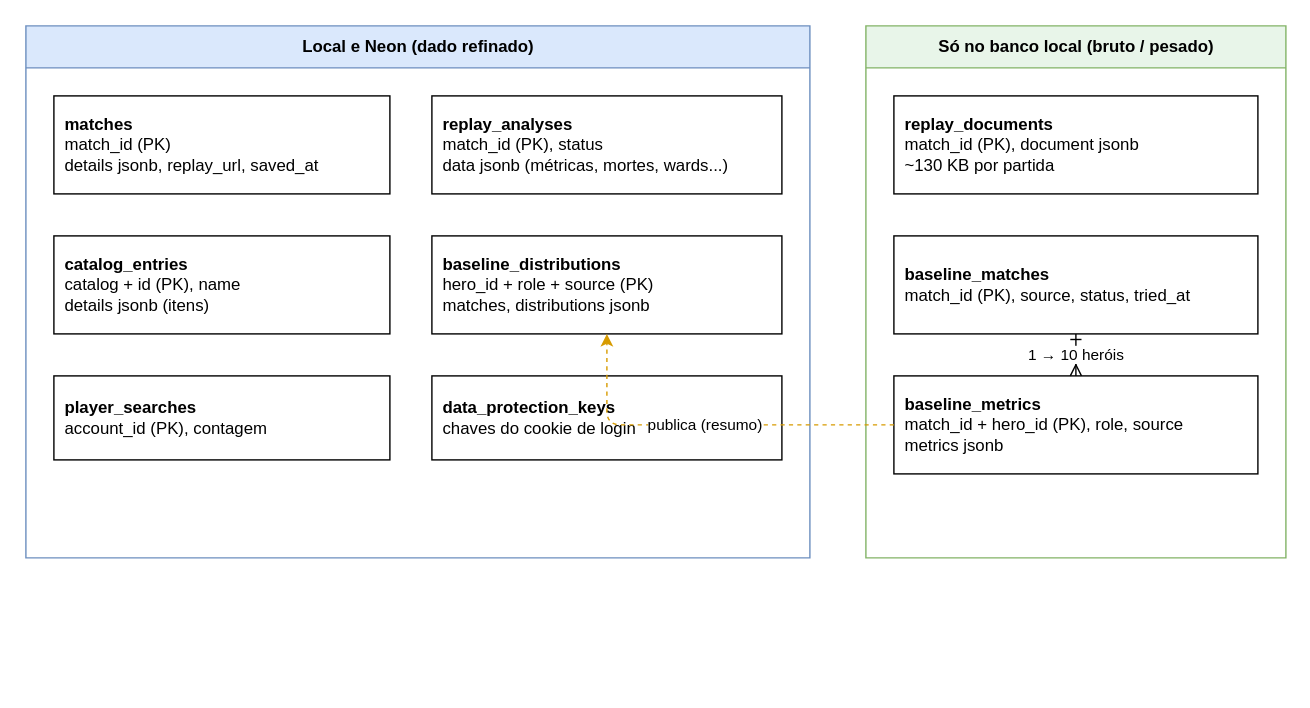
This is page "6. Banco de dados" (6 of 6) of docs/diagrams/dotaanalyst.drawio from andreomorg/dota_analyst, a draw.io file, before an edit. Source tidied: cells renumbered, new cells numbered last; positions are measured from the earlier drawing's top-left corner, leaving out a move shared by most shapes. Both pictures are drawn from the tidied source at 140%, with x=0, y=0 at pixel (25, 25).
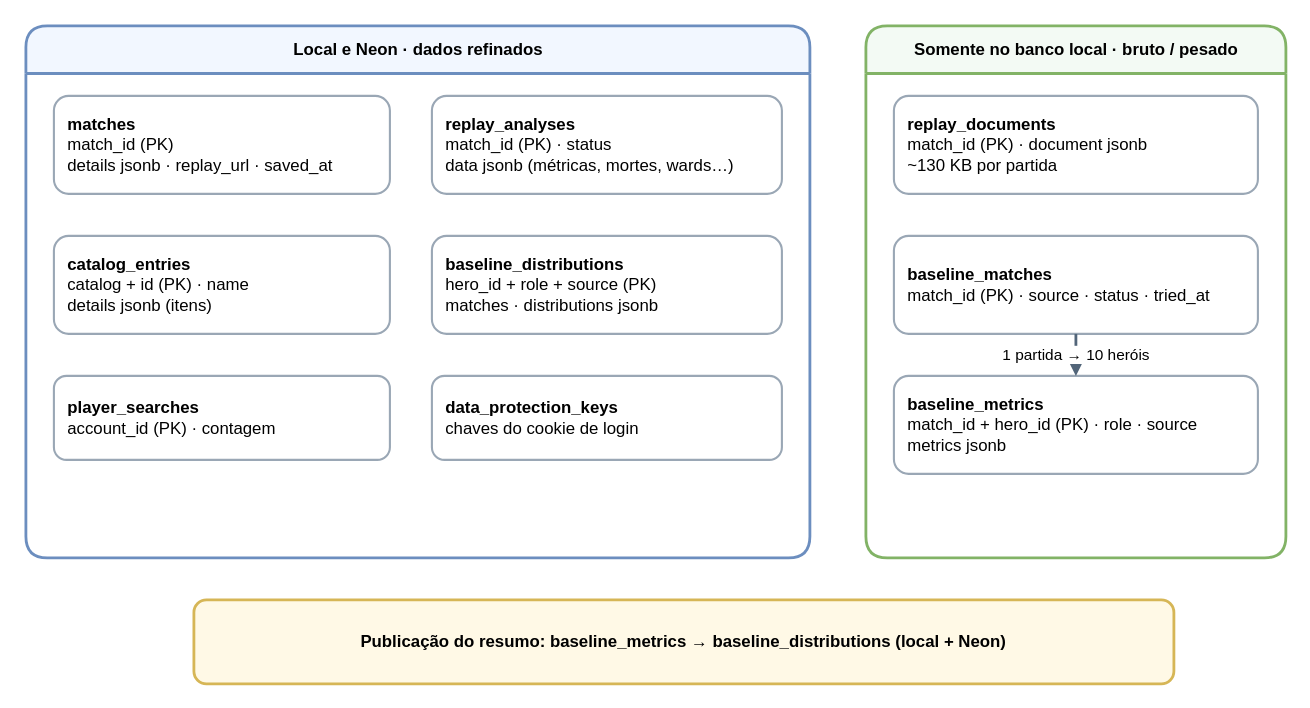
Above is the later version.

What changed in the source:
```diff
@@
 <mxGraphModel>
   <root>
     <mxCell id="0" />
     <mxCell id="1" parent="0" />
-    <mxCell id="2" value="Local e Neon (dado refinado)" style="swimlane;startSize=30;fillColor=#dae8fc;strokeColor=#6c8ebf;html=1;" parent="1" vertex="1">
+    <mxCell id="2" value="Local e Neon · dados refinados" style="swimlane;startSize=34;rounded=1;fillColor=#f2f7ff;strokeColor=#6c8ebf;strokeWidth=2;fontStyle=1;html=1;" parent="1" vertex="1">
       <mxGeometry width="560" height="380" as="geometry" />
     </mxCell>
-    <mxCell id="3" value="&lt;b&gt;matches&lt;/b&gt;&lt;br&gt;match_id (PK)&lt;br&gt;details jsonb, replay_url, saved_at" style="rounded=0;whiteSpace=wrap;html=1;align=left;spacingLeft=6;" parent="2" vertex="1">
+    <mxCell id="3" value="&lt;b&gt;matches&lt;/b&gt;&lt;br&gt;match_id (PK)&lt;br&gt;details jsonb · replay_url · saved_at" style="rounded=1;whiteSpace=wrap;html=1;align=left;spacingLeft=8;fillColor=#ffffff;strokeColor=#9aa7b5;strokeWidth=1.5;" parent="2" vertex="1">
       <mxGeometry x="20" y="50" width="240" height="70" as="geometry" />
     </mxCell>
-    <mxCell id="4" value="&lt;b&gt;replay_analyses&lt;/b&gt;&lt;br&gt;match_id (PK), status&lt;br&gt;data jsonb (métricas, mortes, wards...)" style="rounded=0;whiteSpace=wrap;html=1;align=left;spacingLeft=6;" parent="2" vertex="1">
+    <mxCell id="4" value="&lt;b&gt;replay_analyses&lt;/b&gt;&lt;br&gt;match_id (PK) · status&lt;br&gt;data jsonb (métricas, mortes, wards…)" style="rounded=1;whiteSpace=wrap;html=1;align=left;spacingLeft=8;fillColor=#ffffff;strokeColor=#9aa7b5;strokeWidth=1.5;" parent="2" vertex="1">
       <mxGeometry x="290" y="50" width="250" height="70" as="geometry" />
     </mxCell>
-    <mxCell id="5" value="&lt;b&gt;catalog_entries&lt;/b&gt;&lt;br&gt;catalog + id (PK), name&lt;br&gt;details jsonb (itens)" style="rounded=0;whiteSpace=wrap;html=1;align=left;spacingLeft=6;" parent="2" vertex="1">
+    <mxCell id="5" value="&lt;b&gt;catalog_entries&lt;/b&gt;&lt;br&gt;catalog + id (PK) · name&lt;br&gt;details jsonb (itens)" style="rounded=1;whiteSpace=wrap;html=1;align=left;spacingLeft=8;fillColor=#ffffff;strokeColor=#9aa7b5;strokeWidth=1.5;" parent="2" vertex="1">
       <mxGeometry x="20" y="150" width="240" height="70" as="geometry" />
     </mxCell>
-    <mxCell id="6" value="&lt;b&gt;baseline_distributions&lt;/b&gt;&lt;br&gt;hero_id + role + source (PK)&lt;br&gt;matches, distributions jsonb" style="rounded=0;whiteSpace=wrap;html=1;align=left;spacingLeft=6;" parent="2" vertex="1">
+    <mxCell id="6" value="&lt;b&gt;baseline_distributions&lt;/b&gt;&lt;br&gt;hero_id + role + source (PK)&lt;br&gt;matches · distributions jsonb" style="rounded=1;whiteSpace=wrap;html=1;align=left;spacingLeft=8;fillColor=#ffffff;strokeColor=#9aa7b5;strokeWidth=1.5;" parent="2" vertex="1">
       <mxGeometry x="290" y="150" width="250" height="70" as="geometry" />
     </mxCell>
-    <mxCell id="7" value="&lt;b&gt;player_searches&lt;/b&gt;&lt;br&gt;account_id (PK), contagem" style="rounded=0;whiteSpace=wrap;html=1;align=left;spacingLeft=6;" parent="2" vertex="1">
+    <mxCell id="7" value="&lt;b&gt;player_searches&lt;/b&gt;&lt;br&gt;account_id (PK) · contagem" style="rounded=1;whiteSpace=wrap;html=1;align=left;spacingLeft=8;fillColor=#ffffff;strokeColor=#9aa7b5;strokeWidth=1.5;" parent="2" vertex="1">
       <mxGeometry x="20" y="250" width="240" height="60" as="geometry" />
     </mxCell>
-    <mxCell id="8" value="&lt;b&gt;data_protection_keys&lt;/b&gt;&lt;br&gt;chaves do cookie de login" style="rounded=0;whiteSpace=wrap;html=1;align=left;spacingLeft=6;" parent="2" vertex="1">
+    <mxCell id="8" value="&lt;b&gt;data_protection_keys&lt;/b&gt;&lt;br&gt;chaves do cookie de login" style="rounded=1;whiteSpace=wrap;html=1;align=left;spacingLeft=8;fillColor=#ffffff;strokeColor=#9aa7b5;strokeWidth=1.5;" parent="2" vertex="1">
       <mxGeometry x="290" y="250" width="250" height="60" as="geometry" />
     </mxCell>
-    <mxCell id="9" value="Só no banco local (bruto / pesado)" style="swimlane;startSize=30;fillColor=#e8f5e9;strokeColor=#82b366;html=1;" parent="1" vertex="1">
+    <mxCell id="9" value="Somente no banco local · bruto / pesado" style="swimlane;startSize=34;rounded=1;fillColor=#f3faf4;strokeColor=#82b366;strokeWidth=2;fontStyle=1;html=1;" parent="1" vertex="1">
       <mxGeometry x="600" width="300" height="380" as="geometry" />
     </mxCell>
-    <mxCell id="10" value="&lt;b&gt;replay_documents&lt;/b&gt;&lt;br&gt;match_id (PK), document jsonb&lt;br&gt;~130 KB por partida" style="rounded=0;whiteSpace=wrap;html=1;align=left;spacingLeft=6;" parent="9" vertex="1">
+    <mxCell id="10" value="&lt;b&gt;replay_documents&lt;/b&gt;&lt;br&gt;match_id (PK) · document jsonb&lt;br&gt;~130 KB por partida" style="rounded=1;whiteSpace=wrap;html=1;align=left;spacingLeft=8;fillColor=#ffffff;strokeColor=#9aa7b5;strokeWidth=1.5;" parent="9" vertex="1">
       <mxGeometry x="20" y="50" width="260" height="70" as="geometry" />
     </mxCell>
-    <mxCell id="11" value="&lt;b&gt;baseline_matches&lt;/b&gt;&lt;br&gt;match_id (PK), source, status, tried_at" style="rounded=0;whiteSpace=wrap;html=1;align=left;spacingLeft=6;" parent="9" vertex="1">
+    <mxCell id="11" value="&lt;b&gt;baseline_matches&lt;/b&gt;&lt;br&gt;match_id (PK) · source · status · tried_at" style="rounded=1;whiteSpace=wrap;html=1;align=left;spacingLeft=8;fillColor=#ffffff;strokeColor=#9aa7b5;strokeWidth=1.5;" parent="9" vertex="1">
       <mxGeometry x="20" y="150" width="260" height="70" as="geometry" />
     </mxCell>
-    <mxCell id="12" value="&lt;b&gt;baseline_metrics&lt;/b&gt;&lt;br&gt;match_id + hero_id (PK), role, source&lt;br&gt;metrics jsonb" style="rounded=0;whiteSpace=wrap;html=1;align=left;spacingLeft=6;" parent="9" vertex="1">
+    <mxCell id="12" value="&lt;b&gt;baseline_metrics&lt;/b&gt;&lt;br&gt;match_id + hero_id (PK) · role · source&lt;br&gt;metrics jsonb" style="rounded=1;whiteSpace=wrap;html=1;align=left;spacingLeft=8;fillColor=#ffffff;strokeColor=#9aa7b5;strokeWidth=1.5;" parent="9" vertex="1">
       <mxGeometry x="20" y="250" width="260" height="70" as="geometry" />
     </mxCell>
-    <mxCell id="13" value="1 → 10 heróis" style="edgeStyle=orthogonalEdgeStyle;html=1;endArrow=ERmany;startArrow=ERone;" parent="9" edge="1" source="11" target="12">
+    <mxCell id="13" value="1 partida → 10 heróis" style="edgeStyle=orthogonalEdgeStyle;rounded=1;strokeColor=#526579;strokeWidth=2;html=1;endArrow=classic;labelBackgroundColor=#ffffff;" parent="9" edge="1" source="11" target="12">
       <mxGeometry relative="1" as="geometry" />
     </mxCell>
-    <mxCell id="14" value="publica (resumo)" style="edgeStyle=orthogonalEdgeStyle;html=1;dashed=1;strokeColor=#d79b00;" parent="1" edge="1" source="12" target="6">
-      <mxGeometry relative="1" as="geometry" />
-    </mxCell>
+    <mxCell id="15" value="Publicação do resumo: baseline_metrics → baseline_distributions (local + Neon)" style="rounded=1;whiteSpace=wrap;html=1;fillColor=#fff9e6;strokeColor=#d6b656;strokeWidth=2;fontStyle=1;" parent="1" vertex="1">
+      <mxGeometry x="120" y="410" width="700" height="60" as="geometry" />
+    </mxCell>
   </root>
 </mxGraphModel>
```
